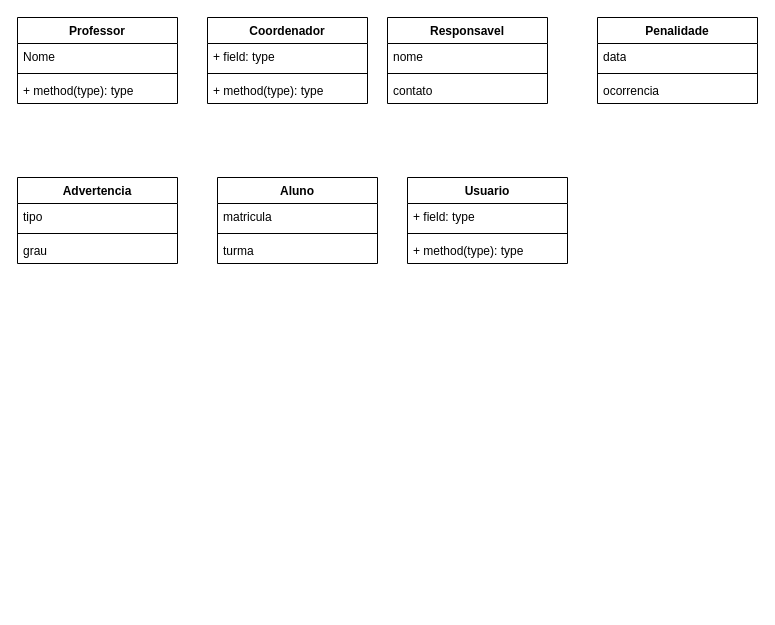
Before: identificaçãodeclasse.drawio in J-Gabriels-dev/Problema.suap, a draw.io diagram. Source tidied: cells renumbered, new cells numbered last; positions are measured from the earlier drawing's top-left corner, leaving out a move shared by most shapes. Both pictures are drawn from the tidied source at 100%, with x=0, y=0 at pixel (17, 17).
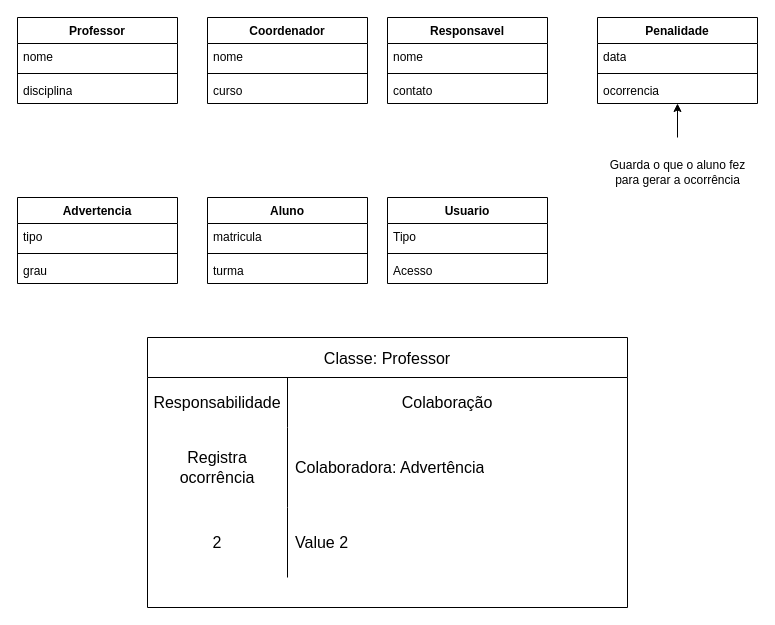
The same diagram, later.

Unchanged cells that the change refers to:
```xml
<mxCell id="2" value="&lt;div&gt;Professor&lt;/div&gt;" style="swimlane;fontStyle=1;align=center;verticalAlign=top;horizontal=1;startSize=26;whiteSpace=wrap;html=1;" parent="1" vertex="1">
  <mxGeometry width="160" height="86" as="geometry" />
</mxCell>
<mxCell id="6" value="Coordenador" style="swimlane;fontStyle=1;align=center;verticalAlign=top;horizontal=1;startSize=26;whiteSpace=wrap;html=1;" parent="1" vertex="1">
  <mxGeometry x="190" width="160" height="86" as="geometry" />
</mxCell>
<mxCell id="14" value="&lt;div&gt;Penalidade&lt;/div&gt;" style="swimlane;fontStyle=1;align=center;verticalAlign=top;horizontal=1;startSize=26;whiteSpace=wrap;html=1;" parent="1" vertex="1">
  <mxGeometry x="580" width="160" height="86" as="geometry" />
</mxCell>
```

What changed in the source:
```diff
@@
-    <mxCell id="3" value="Nome" style="text;strokeColor=none;fillColor=none;align=left;verticalAlign=top;spacingLeft=4;spacingRight=4;overflow=hidden;whiteSpace=wrap;html=1;" parent="2" vertex="1">
+    <mxCell id="3" value="nome" style="text;strokeColor=none;fillColor=none;align=left;verticalAlign=top;spacingLeft=4;spacingRight=4;overflow=hidden;whiteSpace=wrap;html=1;" parent="2" vertex="1">
       <mxGeometry y="26" width="160" height="26" as="geometry" />
     </mxCell>
@@
-    <mxCell id="5" value="+ method(type): type" style="text;strokeColor=none;fillColor=none;align=left;verticalAlign=top;spacingLeft=4;spacingRight=4;overflow=hidden;whiteSpace=wrap;html=1;" parent="2" vertex="1">
+    <mxCell id="5" value="disciplina" style="text;strokeColor=none;fillColor=none;align=left;verticalAlign=top;spacingLeft=4;spacingRight=4;overflow=hidden;whiteSpace=wrap;html=1;" parent="2" vertex="1">
       <mxGeometry y="60" width="160" height="26" as="geometry" />
     </mxCell>
@@
-    <mxCell id="7" value="+ field: type" style="text;strokeColor=none;fillColor=none;align=left;verticalAlign=top;spacingLeft=4;spacingRight=4;overflow=hidden;whiteSpace=wrap;html=1;" parent="6" vertex="1">
+    <mxCell id="7" value="nome" style="text;strokeColor=none;fillColor=none;align=left;verticalAlign=top;spacingLeft=4;spacingRight=4;overflow=hidden;whiteSpace=wrap;html=1;" parent="6" vertex="1">
       <mxGeometry y="26" width="160" height="26" as="geometry" />
     </mxCell>
@@
-    <mxCell id="9" value="+ method(type): type" style="text;strokeColor=none;fillColor=none;align=left;verticalAlign=top;spacingLeft=4;spacingRight=4;overflow=hidden;whiteSpace=wrap;html=1;" parent="6" vertex="1">
+    <mxCell id="9" value="curso" style="text;strokeColor=none;fillColor=none;align=left;verticalAlign=top;spacingLeft=4;spacingRight=4;overflow=hidden;whiteSpace=wrap;html=1;" parent="6" vertex="1">
       <mxGeometry y="60" width="160" height="26" as="geometry" />
     </mxCell>
@@
     <mxCell id="18" value="Advertencia" style="swimlane;fontStyle=1;align=center;verticalAlign=top;horizontal=1;startSize=26;whiteSpace=wrap;html=1;" parent="1" vertex="1">
-      <mxGeometry y="160" width="160" height="86" as="geometry" />
+      <mxGeometry y="180" width="160" height="86" as="geometry" />
     </mxCell>
@@
     <mxCell id="22" value="Aluno" style="swimlane;fontStyle=1;align=center;verticalAlign=top;horizontal=1;startSize=26;whiteSpace=wrap;html=1;" parent="1" vertex="1">
-      <mxGeometry x="200" y="160" width="160" height="86" as="geometry" />
+      <mxGeometry x="190" y="180" width="160" height="86" as="geometry" />
     </mxCell>
@@
     <mxCell id="26" value="Usuario" style="swimlane;fontStyle=1;align=center;verticalAlign=top;horizontal=1;startSize=26;whiteSpace=wrap;html=1;" parent="1" vertex="1">
-      <mxGeometry x="390" y="160" width="160" height="86" as="geometry" />
+      <mxGeometry x="370" y="180" width="160" height="86" as="geometry" />
     </mxCell>
-    <mxCell id="27" value="+ field: type" style="text;strokeColor=none;fillColor=none;align=left;verticalAlign=top;spacingLeft=4;spacingRight=4;overflow=hidden;whiteSpace=wrap;html=1;" parent="26" vertex="1">
+    <mxCell id="27" value="Tipo" style="text;strokeColor=none;fillColor=none;align=left;verticalAlign=top;spacingLeft=4;spacingRight=4;overflow=hidden;whiteSpace=wrap;html=1;" parent="26" vertex="1">
       <mxGeometry y="26" width="160" height="26" as="geometry" />
     </mxCell>
@@
-    <mxCell id="29" value="+ method(type): type" style="text;strokeColor=none;fillColor=none;align=left;verticalAlign=top;spacingLeft=4;spacingRight=4;overflow=hidden;whiteSpace=wrap;html=1;" parent="26" vertex="1">
+    <mxCell id="29" value="Acesso" style="text;strokeColor=none;fillColor=none;align=left;verticalAlign=top;spacingLeft=4;spacingRight=4;overflow=hidden;whiteSpace=wrap;html=1;" parent="26" vertex="1">
       <mxGeometry y="60" width="160" height="26" as="geometry" />
     </mxCell>
+    <mxCell id="30" style="edgeStyle=orthogonalEdgeStyle;rounded=0;jettySize=auto;html=1;exitX=0.5;exitY=0;exitDx=0;exitDy=0;entryX=0.5;entryY=1;entryDx=0;entryDy=0;" parent="1" edge="1" source="31" target="14">
+      <mxGeometry relative="1" as="geometry" />
+    </mxCell>
+    <mxCell id="31" value="Guarda o que o aluno fez para gerar a ocorrência" style="text;html=1;whiteSpace=wrap;strokeColor=none;fillColor=none;align=center;verticalAlign=middle;rounded=0;" parent="1" vertex="1">
+      <mxGeometry x="587.5" y="120" width="145" height="70" as="geometry" />
+    </mxCell>
+    <mxCell id="32" value="Classe: Professor" style="shape=table;startSize=40;childLayout=tableLayout;rowLines=0;fontStyle=0;strokeColor=default;fontSize=16;" parent="1" vertex="1">
+      <mxGeometry x="130" y="320" width="480" height="270" as="geometry" />
+    </mxCell>
+    <mxCell id="33" style="shape=tableRow;horizontal=0;startSize=0;swimlaneHead=0;swimlaneBody=0;top=0;left=0;bottom=0;right=0;fillColor=none;strokeColor=inherit;fontSize=16;" parent="32" vertex="1">
+      <mxGeometry y="40" width="480" height="50" as="geometry" />
+    </mxCell>
+    <mxCell id="34" value="Responsabilidade" style="shape=partialRectangle;html=1;whiteSpace=wrap;fillColor=none;top=0;left=0;bottom=0;right=0;overflow=hidden;strokeColor=inherit;fontSize=16;" parent="33" vertex="1">
+      <mxGeometry width="140" height="50" as="geometry" />
+    </mxCell>
+    <mxCell id="35" value="&lt;span style=&quot;white-space: pre;&quot;&gt;&#9;&lt;/span&gt;&lt;span style=&quot;white-space: pre;&quot;&gt;&#9;&lt;/span&gt;&lt;span style=&quot;white-space: pre;&quot;&gt;&#9;&lt;/span&gt;Colaboração" style="shape=partialRectangle;html=1;whiteSpace=wrap;fillColor=none;top=0;left=0;bottom=0;right=0;align=left;spacingLeft=6;overflow=hidden;strokeColor=inherit;fontSize=16;" parent="33" vertex="1">
+      <mxGeometry x="140" width="340" height="50" as="geometry" />
+    </mxCell>
+    <mxCell id="36" style="shape=tableRow;horizontal=0;startSize=0;swimlaneHead=0;swimlaneBody=0;top=0;left=0;bottom=0;right=0;fillColor=none;strokeColor=inherit;fontSize=16;" parent="32" vertex="1">
+      <mxGeometry y="90" width="480" height="80" as="geometry" />
+    </mxCell>
+    <mxCell id="37" value="Registra ocorrência" style="shape=partialRectangle;html=1;whiteSpace=wrap;fillColor=none;top=0;left=0;bottom=0;right=0;overflow=hidden;strokeColor=inherit;fontSize=16;" parent="36" vertex="1">
+      <mxGeometry width="140" height="80" as="geometry" />
+    </mxCell>
+    <mxCell id="38" value="Colaboradora: Advertência" style="shape=partialRectangle;html=1;whiteSpace=wrap;fillColor=none;top=0;left=0;bottom=0;right=0;align=left;spacingLeft=6;overflow=hidden;strokeColor=inherit;fontSize=16;" parent="36" vertex="1">
+      <mxGeometry x="140" width="340" height="80" as="geometry" />
+    </mxCell>
+    <mxCell id="39" style="shape=tableRow;horizontal=0;startSize=0;swimlaneHead=0;swimlaneBody=0;top=0;left=0;bottom=0;right=0;fillColor=none;strokeColor=inherit;fontSize=16;" parent="32" vertex="1">
+      <mxGeometry y="170" width="480" height="70" as="geometry" />
+    </mxCell>
+    <mxCell id="40" value="2" style="shape=partialRectangle;html=1;whiteSpace=wrap;fillColor=none;top=0;left=0;bottom=0;right=0;overflow=hidden;strokeColor=inherit;fontSize=16;" parent="39" vertex="1">
+      <mxGeometry width="140" height="70" as="geometry" />
+    </mxCell>
+    <mxCell id="41" value="Value 2" style="shape=partialRectangle;html=1;whiteSpace=wrap;fillColor=none;top=0;left=0;bottom=0;right=0;align=left;spacingLeft=6;overflow=hidden;strokeColor=inherit;fontSize=16;" parent="39" vertex="1">
+      <mxGeometry x="140" width="340" height="70" as="geometry" />
+    </mxCell>
```
